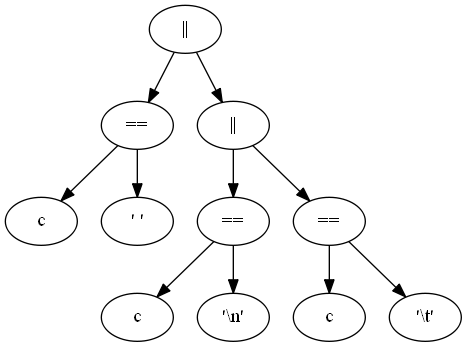
Above: 05-wl/images/ae_1c.png in martorres-utn/SSL (Graphviz), before the change. Its source is kept beside it as 05-wl/ae_1c.gv.
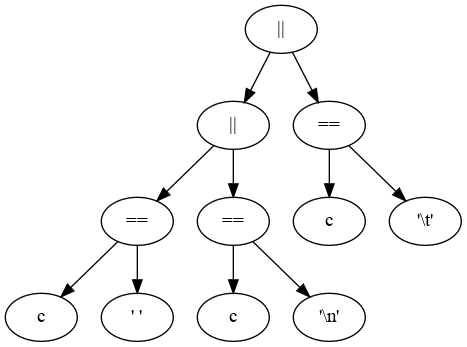
The same diagram one commit later.

Commit message:
corrección arbol de expresión or 1c

Diff of the diagram source:
```diff
@@ -16,11 +16,11 @@
     Eq1 -> cVar1
     Eq1 -> "' '"
 
-    Or1 -> Or2
-    Or2 -> Eq2
+    Or1 -> Eq2
     Eq2 -> cVar2
     Eq2 -> "'\\n'"
 
+    Or2 -> Or1
     Or2 -> Eq3
     Eq3 -> cVar3
     Eq3 -> "'\\t'"
```
